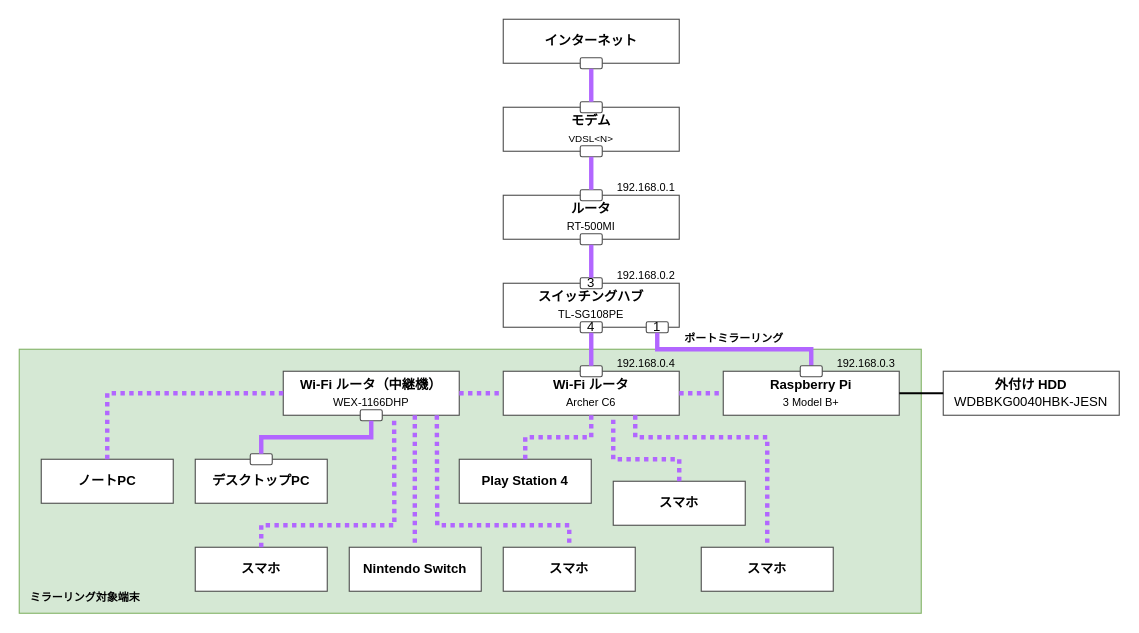
Earlier version of the draw.io diagram lan_traffic.drawio (FunabikiKeisuke/lan_traffic). Source tidied: cells renumbered, new cells numbered last; positions are measured from the earlier drawing's top-left corner, leaving out a move shared by most shapes. Both pictures are drawn from the tidied source at 110%, with x=0, y=0 at pixel (19, 19).
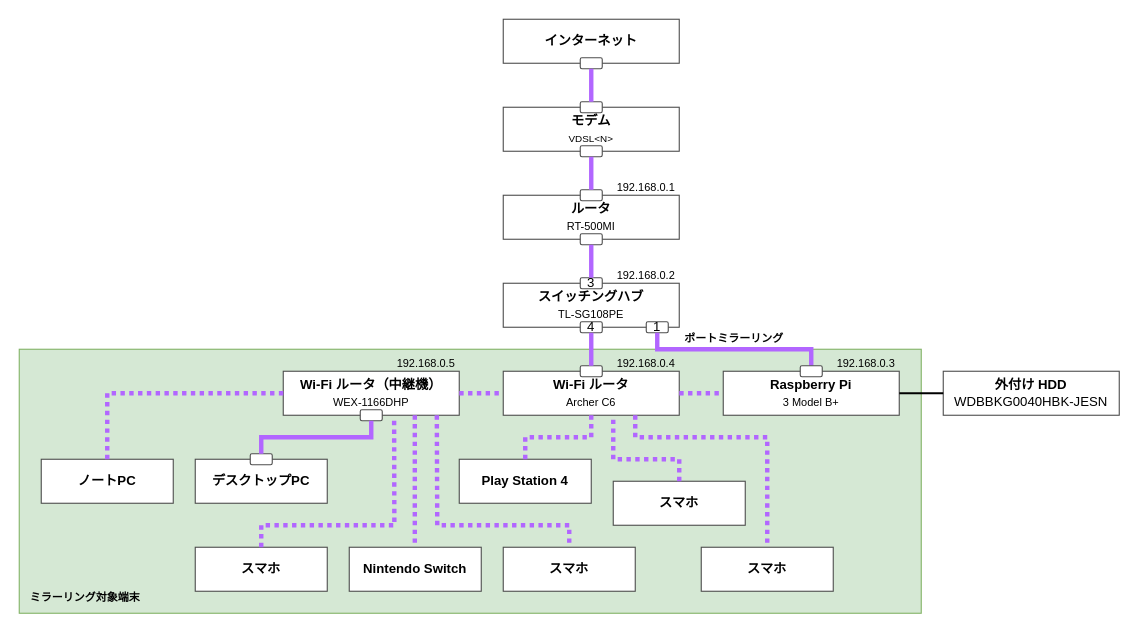
The same page after the edit.

Commit message:
中継機のIPアドレスを固定した

The edit, as a diff of the source:
```diff
@@
+    <mxCell id="53" value="192.168.0.5" style="text;html=1;strokeColor=none;fillColor=none;align=center;verticalAlign=middle;whiteSpace=wrap;rounded=0;fontFamily=Helvetica;fontSize=10;" parent="1" vertex="1">
+      <mxGeometry x="340" y="305" width="60" height="15" as="geometry" />
+    </mxCell>
```
